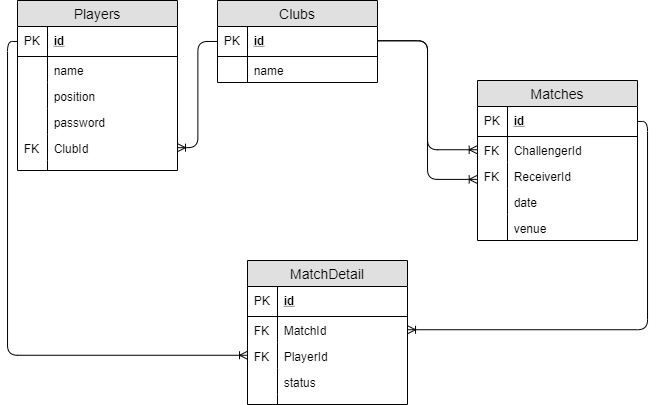
This is Schema Pair Project.png from jelangrkharisma/pair-projects, a draw.io export, as it was before one commit. Source tidied: cells renumbered, new cells last; positions are measured from the earlier drawing's top-left corner, leaving out a move shared by most shapes.
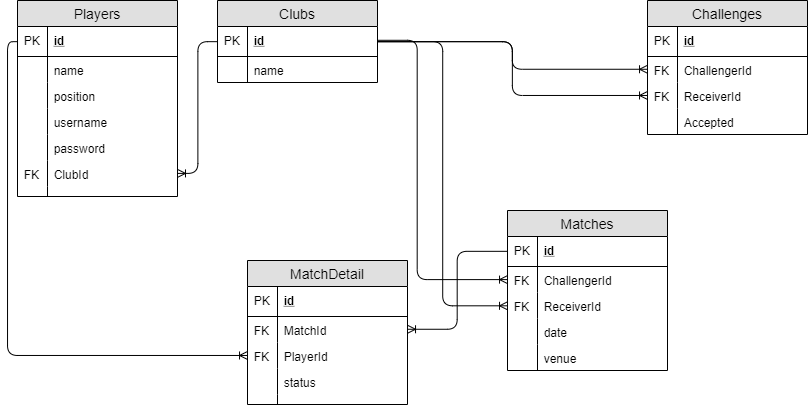
After the commit.

Commit message:
new schema + routes

Diff of the diagram source:
```diff
@@ -3,7 +3,7 @@
     <mxCell id="0" />
     <mxCell id="1" parent="0" />
     <mxCell id="2" value="Players" style="swimlane;fontStyle=0;horizontal=1;startSize=26;fillColor=#e0e0e0;swimlaneFillColor=#ffffff;align=center;fontSize=14;" parent="1" vertex="1">
-      <mxGeometry width="160" height="170" as="geometry" />
+      <mxGeometry width="160" height="196" as="geometry" />
     </mxCell>
     <mxCell id="3" value="id" style="shape=partialRectangle;top=0;left=0;right=0;bottom=1;align=left;verticalAlign=middle;fillColor=none;spacingLeft=34;spacingRight=4;overflow=hidden;points=[[0,0.5],[1,0.5]];portConstraint=eastwest;fontStyle=5;fontSize=12;" parent="2" vertex="1">
       <mxGeometry y="26" width="160" height="30" as="geometry" />
@@ -23,20 +23,26 @@
     <mxCell id="8" style="shape=partialRectangle;top=0;left=0;bottom=0;fillColor=none;align=left;verticalAlign=top;spacingLeft=4;spacingRight=4;overflow=hidden;fontSize=12;" parent="7" vertex="1">
       <mxGeometry width="30" height="26" as="geometry" />
     </mxCell>
+    <mxCell id="47" value="username" style="shape=partialRectangle;top=0;left=0;right=0;bottom=0;align=left;verticalAlign=top;fillColor=none;spacingLeft=34;spacingRight=4;overflow=hidden;fontSize=12;" parent="2" vertex="1">
+      <mxGeometry y="108" width="160" height="26" as="geometry" />
+    </mxCell>
+    <mxCell id="48" style="shape=partialRectangle;top=0;left=0;bottom=0;fillColor=none;align=left;verticalAlign=top;spacingLeft=4;spacingRight=4;overflow=hidden;fontSize=12;" parent="47" vertex="1">
+      <mxGeometry width="30" height="26" as="geometry" />
+    </mxCell>
     <mxCell id="9" value="password" style="shape=partialRectangle;top=0;left=0;right=0;bottom=0;align=left;verticalAlign=top;fillColor=none;spacingLeft=34;spacingRight=4;overflow=hidden;fontSize=12;" parent="2" vertex="1">
-      <mxGeometry y="108" width="160" height="26" as="geometry" />
+      <mxGeometry y="134" width="160" height="26" as="geometry" />
     </mxCell>
     <mxCell id="10" style="shape=partialRectangle;top=0;left=0;bottom=0;fillColor=none;align=left;verticalAlign=top;spacingLeft=4;spacingRight=4;overflow=hidden;fontSize=12;" parent="9" vertex="1">
       <mxGeometry width="30" height="26" as="geometry" />
     </mxCell>
     <mxCell id="11" value="ClubId" style="shape=partialRectangle;top=0;left=0;right=0;bottom=0;align=left;verticalAlign=top;fillColor=none;spacingLeft=34;spacingRight=4;overflow=hidden;points=[[0,0.5],[1,0.5]];portConstraint=eastwest;fontSize=12;" parent="2" vertex="1">
-      <mxGeometry y="134" width="160" height="26" as="geometry" />
+      <mxGeometry y="160" width="160" height="26" as="geometry" />
     </mxCell>
     <mxCell id="12" value="FK" style="shape=partialRectangle;top=0;left=0;bottom=0;fillColor=none;align=left;verticalAlign=top;spacingLeft=4;spacingRight=4;overflow=hidden;fontSize=12;" parent="11" vertex="1">
       <mxGeometry width="30" height="26" as="geometry" />
     </mxCell>
     <mxCell id="13" style="shape=partialRectangle;top=0;left=0;right=0;bottom=0;align=left;verticalAlign=top;fillColor=none;spacingLeft=34;spacingRight=4;overflow=hidden;fontSize=12;" parent="2" vertex="1">
-      <mxGeometry y="160" width="160" height="10" as="geometry" />
+      <mxGeometry y="186" width="160" height="10" as="geometry" />
     </mxCell>
     <mxCell id="14" style="shape=partialRectangle;top=0;left=0;bottom=0;fillColor=none;align=left;verticalAlign=top;spacingLeft=4;spacingRight=4;overflow=hidden;fontSize=12;" parent="13" vertex="1">
       <mxGeometry width="30" height="10" as="geometry" />
@@ -57,7 +63,7 @@
       <mxGeometry width="30" height="26" as="geometry" />
     </mxCell>
     <mxCell id="20" value="Matches" style="swimlane;fontStyle=0;horizontal=1;startSize=26;fillColor=#e0e0e0;swimlaneFillColor=#ffffff;align=center;fontSize=14;" parent="1" vertex="1">
-      <mxGeometry x="460" y="80" width="160" height="160" as="geometry" />
+      <mxGeometry x="490" y="210" width="160" height="160" as="geometry" />
     </mxCell>
     <mxCell id="21" value="id" style="shape=partialRectangle;top=0;left=0;right=0;bottom=1;align=left;verticalAlign=middle;fillColor=none;spacingLeft=34;spacingRight=4;overflow=hidden;points=[[0,0.5],[1,0.5]];portConstraint=eastwest;fontStyle=5;fontSize=12;" parent="20" vertex="1">
       <mxGeometry y="26" width="160" height="30" as="geometry" />
@@ -125,8 +131,14 @@
     <mxCell id="42" style="shape=partialRectangle;top=0;left=0;bottom=0;fillColor=none;align=left;verticalAlign=top;spacingLeft=4;spacingRight=4;overflow=hidden;fontSize=12;" parent="41" vertex="1">
       <mxGeometry width="30" height="10" as="geometry" />
     </mxCell>
-    <mxCell id="43" style="fontSize=12;html=1;endArrow=ERoneToMany;exitX=1;exitY=0.5;exitDx=0;exitDy=0;entryX=1;entryY=0.5;entryDx=0;entryDy=0;edgeStyle=orthogonalEdgeStyle;" parent="1" edge="1" source="21" target="35">
-      <mxGeometry relative="1" as="geometry" />
+    <mxCell id="43" style="fontSize=12;html=1;endArrow=ERoneToMany;entryX=1;entryY=0.5;entryDx=0;entryDy=0;edgeStyle=orthogonalEdgeStyle;" parent="1" edge="1" target="35">
+      <mxGeometry relative="1" as="geometry">
+        <mxPoint x="490" y="251" as="sourcePoint" />
+        <Array as="points">
+          <mxPoint x="440" y="251" />
+          <mxPoint x="440" y="329" />
+        </Array>
+      </mxGeometry>
     </mxCell>
     <mxCell id="44" style="edgeStyle=orthogonalEdgeStyle;fontSize=12;html=1;endArrow=ERoneToMany;exitX=0;exitY=0.5;exitDx=0;exitDy=0;entryX=0;entryY=0.5;entryDx=0;entryDy=0;" parent="1" edge="1" source="3" target="37">
       <mxGeometry relative="1" as="geometry" />
@@ -135,20 +147,51 @@
       <mxGeometry relative="1" as="geometry">
         <mxPoint x="360" y="40" as="sourcePoint" />
         <Array as="points">
-          <mxPoint x="410" y="40" />
-          <mxPoint x="410" y="149" />
+          <mxPoint x="400" y="40" />
+          <mxPoint x="400" y="279" />
         </Array>
       </mxGeometry>
     </mxCell>
-    <mxCell id="46" style="fontSize=12;html=1;endArrow=ERoneToMany;entryX=0;entryY=0.5;entryDx=0;entryDy=0;edgeStyle=orthogonalEdgeStyle;" parent="1" edge="1" source="16">
+    <mxCell id="46" style="fontSize=12;html=1;endArrow=ERoneToMany;entryX=0;entryY=0.5;entryDx=0;entryDy=0;edgeStyle=orthogonalEdgeStyle;" parent="1" edge="1" source="16" target="25">
       <mxGeometry relative="1" as="geometry">
-        <mxPoint x="460" y="179" as="targetPoint" />
         <Array as="points">
-          <mxPoint x="360" y="41" />
-          <mxPoint x="410" y="40" />
-          <mxPoint x="410" y="179" />
+          <mxPoint x="425" y="41" />
+          <mxPoint x="425" y="305" />
         </Array>
       </mxGeometry>
     </mxCell>
+    <mxCell id="49" value="Challenges" style="swimlane;fontStyle=0;horizontal=1;startSize=26;fillColor=#e0e0e0;swimlaneFillColor=#ffffff;align=center;fontSize=14;" parent="1" vertex="1">
+      <mxGeometry x="630" width="160" height="134" as="geometry" />
+    </mxCell>
+    <mxCell id="50" value="id" style="shape=partialRectangle;top=0;left=0;right=0;bottom=1;align=left;verticalAlign=middle;fillColor=none;spacingLeft=34;spacingRight=4;overflow=hidden;fontStyle=5;fontSize=12;" parent="49" vertex="1">
+      <mxGeometry y="26" width="160" height="30" as="geometry" />
+    </mxCell>
+    <mxCell id="51" value="PK" style="shape=partialRectangle;top=0;left=0;bottom=0;fillColor=none;align=left;verticalAlign=middle;spacingLeft=4;spacingRight=4;overflow=hidden;fontSize=12;" parent="50" vertex="1">
+      <mxGeometry width="30" height="30" as="geometry" />
+    </mxCell>
+    <mxCell id="52" value="ChallengerId" style="shape=partialRectangle;top=0;left=0;right=0;bottom=0;align=left;verticalAlign=top;fillColor=none;spacingLeft=34;spacingRight=4;overflow=hidden;points=[[0,0.5],[1,0.5]];portConstraint=eastwest;fontSize=12;" parent="49" vertex="1">
+      <mxGeometry y="56" width="160" height="26" as="geometry" />
+    </mxCell>
+    <mxCell id="53" value="FK" style="shape=partialRectangle;top=0;left=0;bottom=0;fillColor=none;align=left;verticalAlign=top;spacingLeft=4;spacingRight=4;overflow=hidden;fontSize=12;" parent="52" vertex="1">
+      <mxGeometry width="30" height="26" as="geometry" />
+    </mxCell>
+    <mxCell id="54" value="ReceiverId" style="shape=partialRectangle;top=0;left=0;right=0;bottom=0;align=left;verticalAlign=top;fillColor=none;spacingLeft=34;spacingRight=4;overflow=hidden;points=[[0,0.5],[1,0.5]];portConstraint=eastwest;fontSize=12;" parent="49" vertex="1">
+      <mxGeometry y="82" width="160" height="26" as="geometry" />
+    </mxCell>
+    <mxCell id="55" value="FK" style="shape=partialRectangle;top=0;left=0;bottom=0;fillColor=none;align=left;verticalAlign=top;spacingLeft=4;spacingRight=4;overflow=hidden;fontSize=12;" parent="54" vertex="1">
+      <mxGeometry width="30" height="26" as="geometry" />
+    </mxCell>
+    <mxCell id="56" value="Accepted" style="shape=partialRectangle;top=0;left=0;right=0;bottom=0;align=left;verticalAlign=top;fillColor=none;spacingLeft=34;spacingRight=4;overflow=hidden;fontSize=12;" parent="49" vertex="1">
+      <mxGeometry y="108" width="160" height="26" as="geometry" />
+    </mxCell>
+    <mxCell id="57" style="shape=partialRectangle;top=0;left=0;bottom=0;fillColor=none;align=left;verticalAlign=top;spacingLeft=4;spacingRight=4;overflow=hidden;fontSize=12;" parent="56" vertex="1">
+      <mxGeometry width="30" height="26" as="geometry" />
+    </mxCell>
+    <mxCell id="58" style="edgeStyle=orthogonalEdgeStyle;fontSize=12;html=1;endArrow=ERoneToMany;entryX=0;entryY=0.5;entryDx=0;entryDy=0;exitX=1;exitY=0.5;exitDx=0;exitDy=0;" parent="1" edge="1" source="16" target="54">
+      <mxGeometry relative="1" as="geometry" />
+    </mxCell>
+    <mxCell id="59" style="edgeStyle=orthogonalEdgeStyle;fontSize=12;html=1;endArrow=ERoneToMany;entryX=0;entryY=0.5;entryDx=0;entryDy=0;exitX=1;exitY=0.5;exitDx=0;exitDy=0;" parent="1" edge="1" source="16" target="52">
+      <mxGeometry relative="1" as="geometry" />
+    </mxCell>
   </root>
 </mxGraphModel>
```
